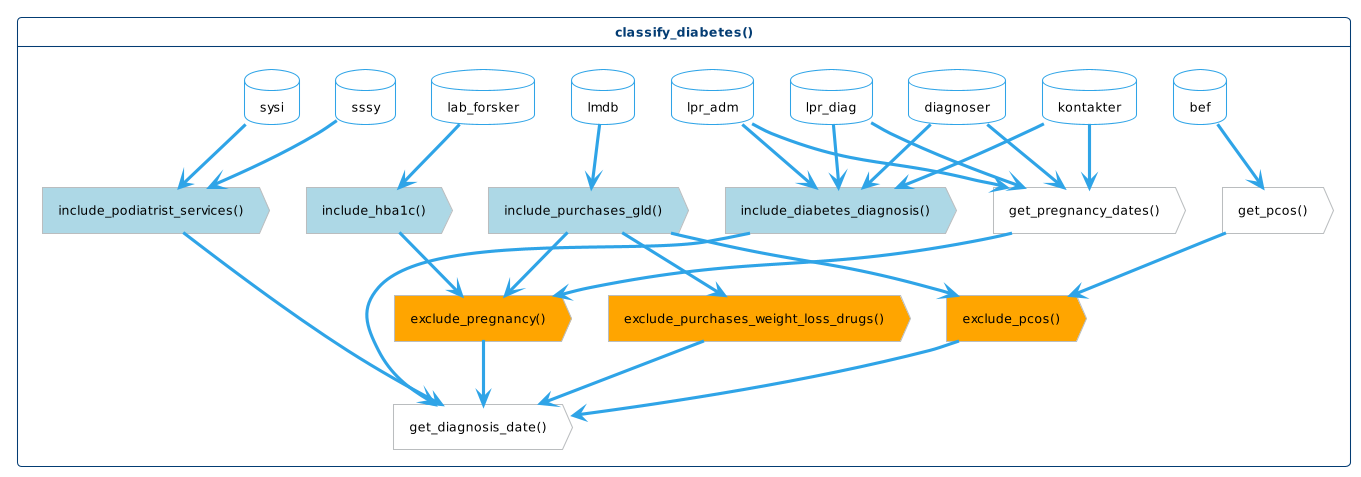
The PlantUML diagram vignettes/images/function-flow.png in steno-aarhus/osdc, before a commit.
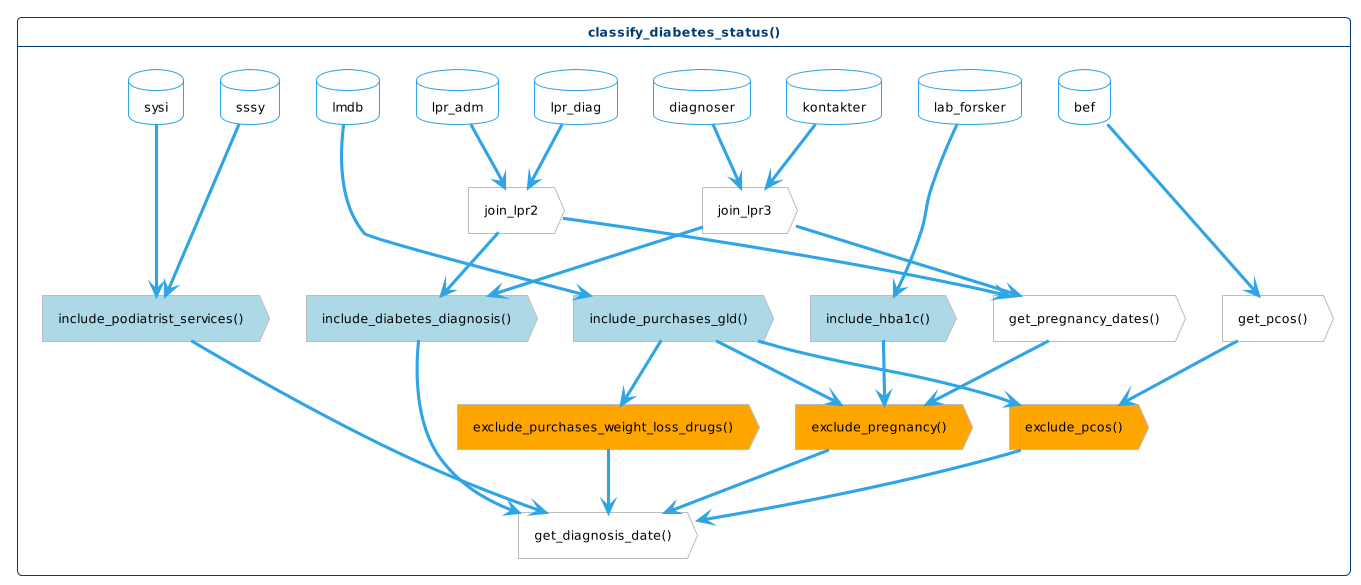
After the change.

Commit message:
docs: update the function flow with the join of lpr2 and 3 data sources

The edit, as a diff of the source:
```diff
@@ -18,7 +18,7 @@
 hide <<inclusion>> stereotype
 hide <<exclusion>> stereotype
 
-card classify_diabetes() as cd {
+card classify_diabetes_status() as cd {
     together {
         database sssy
         database sysi
@@ -34,6 +34,8 @@
     action "get_pregnancy_dates()" as pregnancy
     action "get_pcos()" as pcos
     action "get_diagnosis_date()" as diagnosis_date
+    action "join_lpr2" as lpr2
+    action "join_lpr3" as lpr3
 
     together {
         action "exclude_pregnancy()" as ex_pregnancy <<exclusion>>
@@ -48,19 +50,20 @@
         action "include_purchases_gld()" as in_gld <<inclusion>>
     }
 
+    lpr_diag --> lpr2
+    lpr_adm --> lpr2
+    kontakter --> lpr3
+    diagnoser --> lpr3
+
     lab_forsker --> in_hba1c
     in_hba1c --> ex_pregnancy
 
-    lpr_diag --> pregnancy
-    lpr_adm --> pregnancy
-    kontakter --> pregnancy
-    diagnoser --> pregnancy
+    lpr2 --> pregnancy
+    lpr3 --> pregnancy
     pregnancy -> ex_pregnancy
 
-    lpr_diag --> in_diagnosis
-    lpr_adm --> in_diagnosis
-    kontakter --> in_diagnosis
-    diagnoser --> in_diagnosis
+    lpr2 --> in_diagnosis
+    lpr3 --> in_diagnosis
 
     sssy --> in_podiatrist
     sysi --> in_podiatrist
```
